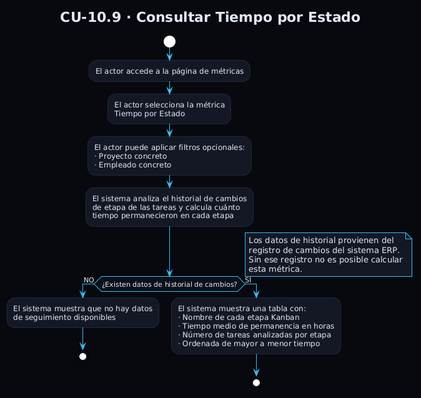
Earlier version of the PlantUML export Estudiantes/cesar-garcia-eguiguren/Capítulo-2/imagenes/CdU/metricas/flujoCU10.9.png (ceesargaarcia/GII-TFG-2026). The source it was exported from:
```plantuml
@startuml
!theme plain
skinparam backgroundColor #07090F
skinparam defaultFontColor #E2E8F5
skinparam ArrowColor #38BDF8
skinparam ActivityBorderColor #1E2840
skinparam ActivityBackgroundColor #141824
skinparam ActivityDiamondBackgroundColor #0D1018
skinparam ActivityDiamondBorderColor #38BDF8
skinparam NoteBackgroundColor #141824
skinparam NoteBorderColor #38BDF8
title CU-10.9 · Consultar Tiempo por Estado

start
:El actor accede a la página de métricas;
:El actor selecciona la métrica
Tiempo por Estado;
:El actor puede aplicar filtros opcionales:
· Proyecto concreto
· Empleado concreto;

:El sistema analiza el historial de cambios
de etapa de las tareas y calcula cuánto
tiempo permanecieron en cada etapa;

if (¿Existen datos de historial de cambios?) then (NO)
  :El sistema muestra que no hay datos
  de seguimiento disponibles;
  stop
else (SÍ)
  :El sistema muestra una tabla con:
  · Nombre de cada etapa Kanban
  · Tiempo medio de permanencia en horas
  · Número de tareas analizadas por etapa
  · Ordenada de mayor a menor tiempo;
  stop
endif

note right
  Los datos de historial provienen del
  registro de cambios del sistema ERP.
  Sin ese registro no es posible calcular
  esta métrica.
end note
@enduml
```
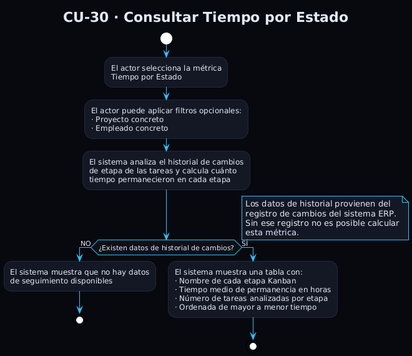
After the change.

The edit, as a diff of the source:
```diff
@@ -9,10 +9,9 @@
 skinparam ActivityDiamondBorderColor #38BDF8
 skinparam NoteBackgroundColor #141824
 skinparam NoteBorderColor #38BDF8
-title CU-10.9 · Consultar Tiempo por Estado
+title CU-30 · Consultar Tiempo por Estado
 
 start
-:El actor accede a la página de métricas;
 :El actor selecciona la métrica
 Tiempo por Estado;
 :El actor puede aplicar filtros opcionales:
```
